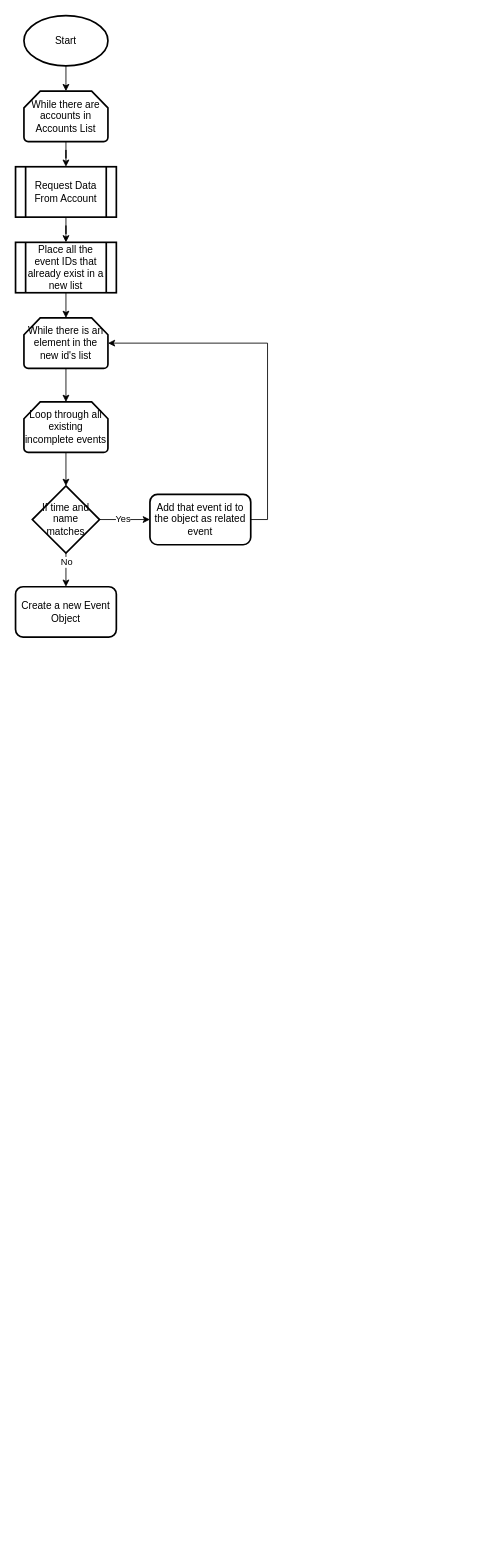
crypto-a/Calendarium keeps this draw.io diagram as calendarium_backend/SyncAlgorithm.drawio. Above is the earlier version. Source tidied: cells renumbered, new cells numbered last; positions are measured from the earlier drawing's top-left corner, leaving out a move shared by most shapes. Both pictures are drawn from the tidied source at 84%, with x=0, y=0 at pixel (15, 15).
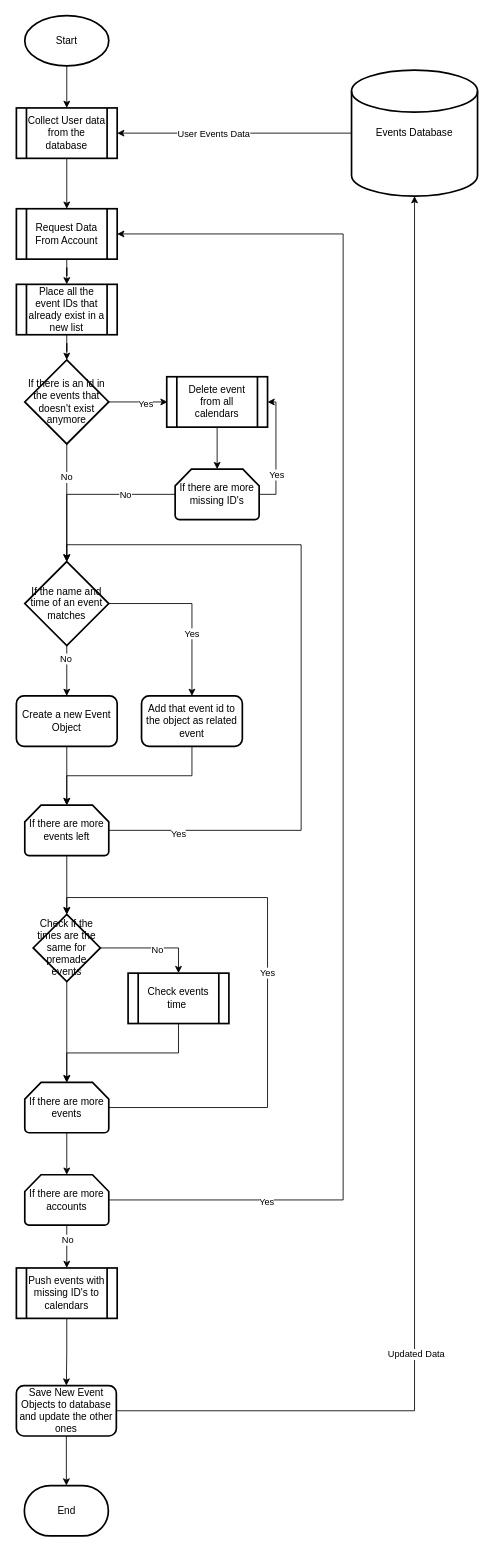
The same diagram, later.

What changed in the source:
```diff
@@
-    <mxCell id="2" style="edgeStyle=orthogonalEdgeStyle;rounded=0;jettySize=auto;html=1;" parent="1" edge="1" source="3" target="7">
-      <mxGeometry relative="1" as="geometry" />
-    </mxCell>
-    <mxCell id="3" value="While there are accounts in Accounts List" style="strokeWidth=2;html=1;shape=mxgraph.flowchart.loop_limit;whiteSpace=wrap;" parent="1" vertex="1">
-      <mxGeometry x="10" y="90" width="100" height="60" as="geometry" />
-    </mxCell>
-    <mxCell id="4" style="edgeStyle=orthogonalEdgeStyle;rounded=0;jettySize=auto;html=1;" parent="1" edge="1" source="5">
-      <mxGeometry relative="1" as="geometry">
-        <mxPoint x="60" y="90" as="targetPoint" />
-      </mxGeometry>
-    </mxCell>
+    <mxCell id="22" style="edgeStyle=orthogonalEdgeStyle;rounded=0;jettySize=auto;html=1;" parent="1" edge="1" source="5" target="64">
+      <mxGeometry relative="1" as="geometry" />
+    </mxCell>
     <mxCell id="5" value="Start" style="strokeWidth=2;html=1;shape=mxgraph.flowchart.start_1;whiteSpace=wrap;" parent="1" vertex="1">
-      <mxGeometry x="10" width="100" height="60" as="geometry" />
+      <mxGeometry x="11" width="100" height="60" as="geometry" />
     </mxCell>
@@
     <mxCell id="7" value="Request Data From Account" style="shape=process;whiteSpace=wrap;html=1;backgroundOutline=1;strokeWidth=2;" parent="1" vertex="1">
-      <mxGeometry y="180" width="120" height="60" as="geometry" />
+      <mxGeometry x="1" y="230" width="120" height="60" as="geometry" />
     </mxCell>
+    <mxCell id="23" style="edgeStyle=orthogonalEdgeStyle;rounded=0;jettySize=auto;html=1;" parent="1" edge="1" source="8" target="27">
+      <mxGeometry relative="1" as="geometry" />
+    </mxCell>
     <mxCell id="8" value="Place all the event IDs that already exist in a new list" style="shape=process;whiteSpace=wrap;html=1;backgroundOutline=1;strokeWidth=2;" parent="1" vertex="1">
-      <mxGeometry y="270" width="120" height="60" as="geometry" />
+      <mxGeometry x="1" y="320" width="120" height="60" as="geometry" />
     </mxCell>
-    <mxCell id="9" value="While there is an element in the new id's list" style="strokeWidth=2;html=1;shape=mxgraph.flowchart.loop_limit;whiteSpace=wrap;" parent="1" vertex="1">
-      <mxGeometry x="10" y="360" width="100" height="60" as="geometry" />
-    </mxCell>
-    <mxCell id="10" style="edgeStyle=orthogonalEdgeStyle;rounded=0;jettySize=auto;html=1;exitX=0.5;exitY=1;exitDx=0;exitDy=0;entryX=0.5;entryY=0;entryDx=0;entryDy=0;entryPerimeter=0;" parent="1" edge="1" source="8" target="9">
-      <mxGeometry relative="1" as="geometry" />
-    </mxCell>
-    <mxCell id="11" style="edgeStyle=orthogonalEdgeStyle;rounded=0;jettySize=auto;html=1;" parent="1" edge="1" source="12" target="18">
-      <mxGeometry relative="1" as="geometry" />
-    </mxCell>
-    <mxCell id="12" value="Loop through all existing incomplete events" style="strokeWidth=2;html=1;shape=mxgraph.flowchart.loop_limit;whiteSpace=wrap;" parent="1" vertex="1">
-      <mxGeometry x="10" y="460" width="100" height="60" as="geometry" />
-    </mxCell>
-    <mxCell id="13" style="edgeStyle=orthogonalEdgeStyle;rounded=0;jettySize=auto;html=1;exitX=0.5;exitY=1;exitDx=0;exitDy=0;exitPerimeter=0;entryX=0.5;entryY=0;entryDx=0;entryDy=0;entryPerimeter=0;" parent="1" edge="1" source="9" target="12">
-      <mxGeometry relative="1" as="geometry" />
-    </mxCell>
-    <mxCell id="14" style="edgeStyle=orthogonalEdgeStyle;rounded=0;jettySize=auto;html=1;" parent="1" edge="1" source="18" target="19">
-      <mxGeometry relative="1" as="geometry" />
-    </mxCell>
-    <mxCell id="15" value="Yes" style="edgeLabel;html=1;align=center;verticalAlign=middle;" parent="14" vertex="1">
-      <mxGeometry x="-0.11" y="1" relative="1" as="geometry" />
-    </mxCell>
-    <mxCell id="16" style="edgeStyle=orthogonalEdgeStyle;rounded=0;jettySize=auto;html=1;" parent="1" edge="1" source="18" target="21">
-      <mxGeometry relative="1" as="geometry" />
-    </mxCell>
-    <mxCell id="17" value="No" style="edgeLabel;html=1;align=center;verticalAlign=middle;" parent="16" vertex="1">
-      <mxGeometry x="-0.51" relative="1" as="geometry" />
-    </mxCell>
-    <mxCell id="18" value="If time and name matches" style="rhombus;whiteSpace=wrap;html=1;strokeWidth=2;" parent="1" vertex="1">
-      <mxGeometry x="20" y="560" width="80" height="80" as="geometry" />
-    </mxCell>
     <mxCell id="19" value="Add that event id to the object as related event" style="rounded=1;whiteSpace=wrap;html=1;strokeWidth=2;" parent="1" vertex="1">
-      <mxGeometry x="160" y="570" width="120" height="60" as="geometry" />
+      <mxGeometry x="150" y="810" width="120" height="60" as="geometry" />
     </mxCell>
-    <mxCell id="20" style="edgeStyle=orthogonalEdgeStyle;rounded=0;jettySize=auto;html=1;exitX=1;exitY=0.5;exitDx=0;exitDy=0;entryX=1;entryY=0.5;entryDx=0;entryDy=0;entryPerimeter=0;" parent="1" edge="1" source="19" target="9">
-      <mxGeometry relative="1" as="geometry" />
-    </mxCell>
     <mxCell id="21" value="Create a new Event Object" style="rounded=1;whiteSpace=wrap;html=1;strokeWidth=2;" parent="1" vertex="1">
-      <mxGeometry y="680" width="120" height="60" as="geometry" />
+      <mxGeometry x="1" y="810" width="120" height="60" as="geometry" />
     </mxCell>
+    <mxCell id="24" value="No" style="edgeStyle=orthogonalEdgeStyle;rounded=0;jettySize=auto;html=1;entryX=0.5;entryY=0;entryDx=0;entryDy=0;entryPerimeter=0;" parent="1" edge="1" source="27" target="39">
+      <mxGeometry x="-0.43" relative="1" as="geometry" />
+    </mxCell>
+    <mxCell id="25" style="edgeStyle=orthogonalEdgeStyle;rounded=0;jettySize=auto;html=1;" parent="1" edge="1" source="27">
+      <mxGeometry relative="1" as="geometry">
+        <mxPoint x="181" y="460" as="targetPoint" />
+      </mxGeometry>
+    </mxCell>
+    <mxCell id="26" value="Yes" style="edgeLabel;html=1;align=center;verticalAlign=middle;" parent="25" vertex="1">
+      <mxGeometry x="0.24" y="-2" relative="1" as="geometry" />
+    </mxCell>
+    <mxCell id="27" value="If there is an id in the events that doesn't exist anymore" style="strokeWidth=2;html=1;shape=mxgraph.flowchart.decision;whiteSpace=wrap;" parent="1" vertex="1">
+      <mxGeometry x="11" y="410" width="100" height="100" as="geometry" />
+    </mxCell>
+    <mxCell id="28" style="edgeStyle=orthogonalEdgeStyle;rounded=0;jettySize=auto;html=1;" parent="1" edge="1" source="29" target="34">
+      <mxGeometry relative="1" as="geometry" />
+    </mxCell>
+    <mxCell id="29" value="Delete event from all calendars" style="shape=process;whiteSpace=wrap;html=1;backgroundOutline=1;strokeWidth=2;" parent="1" vertex="1">
+      <mxGeometry x="180" y="430" width="120" height="60" as="geometry" />
+    </mxCell>
+    <mxCell id="30" style="edgeStyle=orthogonalEdgeStyle;rounded=0;jettySize=auto;html=1;entryX=1;entryY=0.5;entryDx=0;entryDy=0;exitX=1;exitY=0.5;exitDx=0;exitDy=0;exitPerimeter=0;" parent="1" edge="1" source="34" target="29">
+      <mxGeometry relative="1" as="geometry" />
+    </mxCell>
+    <mxCell id="31" value="Yes" style="edgeLabel;html=1;align=center;verticalAlign=middle;" parent="30" vertex="1">
+      <mxGeometry x="-0.37" relative="1" as="geometry" />
+    </mxCell>
+    <mxCell id="32" style="edgeStyle=orthogonalEdgeStyle;rounded=0;jettySize=auto;html=1;exitX=0;exitY=0.5;exitDx=0;exitDy=0;exitPerimeter=0;entryX=0.5;entryY=0;entryDx=0;entryDy=0;entryPerimeter=0;" parent="1" edge="1" source="34" target="39">
+      <mxGeometry relative="1" as="geometry" />
+    </mxCell>
+    <mxCell id="33" value="No" style="edgeLabel;html=1;align=center;verticalAlign=middle;" parent="32" vertex="1">
+      <mxGeometry x="-0.43" relative="1" as="geometry" />
+    </mxCell>
+    <mxCell id="34" value="If there are more missing ID's" style="strokeWidth=2;html=1;shape=mxgraph.flowchart.loop_limit;whiteSpace=wrap;" parent="1" vertex="1">
+      <mxGeometry x="190" y="540" width="100" height="60" as="geometry" />
+    </mxCell>
+    <mxCell id="35" style="edgeStyle=orthogonalEdgeStyle;rounded=0;jettySize=auto;html=1;exitX=1;exitY=0.5;exitDx=0;exitDy=0;exitPerimeter=0;entryX=0.5;entryY=0;entryDx=0;entryDy=0;" parent="1" edge="1" source="39" target="19">
+      <mxGeometry relative="1" as="geometry" />
+    </mxCell>
+    <mxCell id="36" value="Yes" style="edgeLabel;html=1;align=center;verticalAlign=middle;" parent="35" vertex="1">
+      <mxGeometry x="0.28" y="-1" relative="1" as="geometry" />
+    </mxCell>
+    <mxCell id="37" style="edgeStyle=orthogonalEdgeStyle;rounded=0;jettySize=auto;html=1;exitX=0.5;exitY=1;exitDx=0;exitDy=0;exitPerimeter=0;" parent="1" edge="1" source="39" target="21">
+      <mxGeometry relative="1" as="geometry" />
+    </mxCell>
+    <mxCell id="38" value="No" style="edgeLabel;html=1;align=center;verticalAlign=middle;" parent="37" vertex="1">
+      <mxGeometry x="-0.51" y="-2" relative="1" as="geometry" />
+    </mxCell>
+    <mxCell id="39" value="If the name and time of an event matches" style="strokeWidth=2;html=1;shape=mxgraph.flowchart.decision;whiteSpace=wrap;" parent="1" vertex="1">
+      <mxGeometry x="11" y="650" width="100" height="100" as="geometry" />
+    </mxCell>
+    <mxCell id="40" style="edgeStyle=orthogonalEdgeStyle;rounded=0;jettySize=auto;html=1;" parent="1" edge="1" source="41" target="48">
+      <mxGeometry relative="1" as="geometry" />
+    </mxCell>
+    <mxCell id="41" value="If there are more events left" style="strokeWidth=2;html=1;shape=mxgraph.flowchart.loop_limit;whiteSpace=wrap;" parent="1" vertex="1">
+      <mxGeometry x="11" y="940" width="100" height="60" as="geometry" />
+    </mxCell>
+    <mxCell id="42" style="edgeStyle=orthogonalEdgeStyle;rounded=0;jettySize=auto;html=1;exitX=0.5;exitY=1;exitDx=0;exitDy=0;entryX=0.5;entryY=0;entryDx=0;entryDy=0;entryPerimeter=0;" parent="1" edge="1" source="21" target="41">
+      <mxGeometry relative="1" as="geometry" />
+    </mxCell>
+    <mxCell id="43" style="edgeStyle=orthogonalEdgeStyle;rounded=0;jettySize=auto;html=1;exitX=0.5;exitY=1;exitDx=0;exitDy=0;entryX=0.5;entryY=0;entryDx=0;entryDy=0;entryPerimeter=0;" parent="1" edge="1" source="19" target="41">
+      <mxGeometry relative="1" as="geometry" />
+    </mxCell>
+    <mxCell id="44" style="edgeStyle=orthogonalEdgeStyle;rounded=0;jettySize=auto;html=1;exitX=1;exitY=0.5;exitDx=0;exitDy=0;exitPerimeter=0;entryX=0.5;entryY=0;entryDx=0;entryDy=0;entryPerimeter=0;" parent="1" edge="1" source="41" target="39">
+      <mxGeometry relative="1" as="geometry">
+        <Array as="points">
+          <mxPoint x="340" y="970" />
+          <mxPoint x="340" y="630" />
+          <mxPoint x="61" y="630" />
+        </Array>
+      </mxGeometry>
+    </mxCell>
+    <mxCell id="45" value="Yes" style="edgeLabel;html=1;align=center;verticalAlign=middle;" parent="44" vertex="1">
+      <mxGeometry x="-0.81" y="-3" relative="1" as="geometry" />
+    </mxCell>
+    <mxCell id="46" style="edgeStyle=orthogonalEdgeStyle;rounded=0;jettySize=auto;html=1;" parent="1" edge="1" source="48" target="49">
+      <mxGeometry relative="1" as="geometry">
+        <Array as="points">
+          <mxPoint x="194" y="1110" />
+        </Array>
+      </mxGeometry>
+    </mxCell>
+    <mxCell id="47" value="No" style="edgeLabel;html=1;align=center;verticalAlign=middle;" parent="46" vertex="1">
+      <mxGeometry x="0.09" y="-2" relative="1" as="geometry" />
+    </mxCell>
+    <mxCell id="48" value="Check if the times are the same for premade events" style="rhombus;whiteSpace=wrap;html=1;strokeWidth=2;" parent="1" vertex="1">
+      <mxGeometry x="21" y="1070" width="80" height="80" as="geometry" />
+    </mxCell>
+    <mxCell id="49" value="Check events time&amp;nbsp;" style="shape=process;whiteSpace=wrap;html=1;backgroundOutline=1;strokeWidth=2;" parent="1" vertex="1">
+      <mxGeometry x="134" y="1140" width="120" height="60" as="geometry" />
+    </mxCell>
+    <mxCell id="50" value="Yes" style="edgeStyle=orthogonalEdgeStyle;rounded=0;jettySize=auto;html=1;exitX=1;exitY=0.5;exitDx=0;exitDy=0;exitPerimeter=0;entryX=0.5;entryY=0;entryDx=0;entryDy=0;" parent="1" edge="1" source="51" target="48">
+      <mxGeometry relative="1" as="geometry">
+        <Array as="points">
+          <mxPoint x="300" y="1300" />
+          <mxPoint x="300" y="1050" />
+          <mxPoint x="61" y="1050" />
+        </Array>
+      </mxGeometry>
+    </mxCell>
+    <mxCell id="51" value="If there are more events" style="strokeWidth=2;html=1;shape=mxgraph.flowchart.loop_limit;whiteSpace=wrap;" parent="1" vertex="1">
+      <mxGeometry x="11" y="1270" width="100" height="60" as="geometry" />
+    </mxCell>
+    <mxCell id="52" style="edgeStyle=orthogonalEdgeStyle;rounded=0;jettySize=auto;html=1;exitX=0.5;exitY=1;exitDx=0;exitDy=0;entryX=0.5;entryY=0;entryDx=0;entryDy=0;entryPerimeter=0;" parent="1" edge="1" source="49" target="51">
+      <mxGeometry relative="1" as="geometry" />
+    </mxCell>
+    <mxCell id="53" style="edgeStyle=orthogonalEdgeStyle;rounded=0;jettySize=auto;html=1;exitX=0.5;exitY=1;exitDx=0;exitDy=0;entryX=0.5;entryY=0;entryDx=0;entryDy=0;entryPerimeter=0;" parent="1" edge="1" source="48" target="51">
+      <mxGeometry relative="1" as="geometry" />
+    </mxCell>
+    <mxCell id="54" style="edgeStyle=orthogonalEdgeStyle;rounded=0;jettySize=auto;html=1;" parent="1" edge="1" source="55" target="57">
+      <mxGeometry relative="1" as="geometry" />
+    </mxCell>
+    <mxCell id="55" value="Push events with missing ID's to calendars" style="shape=process;whiteSpace=wrap;html=1;backgroundOutline=1;strokeWidth=2;" parent="1" vertex="1">
+      <mxGeometry x="1" y="1491" width="120" height="60" as="geometry" />
+    </mxCell>
+    <mxCell id="56" style="edgeStyle=orthogonalEdgeStyle;rounded=0;jettySize=auto;html=1;" parent="1" edge="1" source="57" target="71">
+      <mxGeometry relative="1" as="geometry" />
+    </mxCell>
+    <mxCell id="57" value="Save New Event Objects to database and update the other ones" style="rounded=1;whiteSpace=wrap;html=1;strokeWidth=2;" parent="1" vertex="1">
+      <mxGeometry x="1" y="1631" width="119" height="60" as="geometry" />
+    </mxCell>
+    <mxCell id="58" style="edgeStyle=orthogonalEdgeStyle;rounded=0;jettySize=auto;html=1;exitX=0;exitY=0.5;exitDx=0;exitDy=0;exitPerimeter=0;entryX=1;entryY=0.5;entryDx=0;entryDy=0;" parent="1" edge="1" source="60" target="64">
+      <mxGeometry relative="1" as="geometry" />
+    </mxCell>
+    <mxCell id="59" value="User Events Data" style="edgeLabel;html=1;align=center;verticalAlign=middle;" parent="58" vertex="1">
+      <mxGeometry x="0.18" relative="1" as="geometry" />
+    </mxCell>
+    <mxCell id="60" value="Events Database" style="strokeWidth=2;html=1;shape=mxgraph.flowchart.database;whiteSpace=wrap;" parent="1" vertex="1">
+      <mxGeometry x="400" y="65" width="150" height="150" as="geometry" />
+    </mxCell>
+    <mxCell id="61" style="edgeStyle=orthogonalEdgeStyle;rounded=0;jettySize=auto;html=1;exitX=1;exitY=0.5;exitDx=0;exitDy=0;entryX=0.5;entryY=1;entryDx=0;entryDy=0;entryPerimeter=0;" parent="1" edge="1" source="57" target="60">
+      <mxGeometry relative="1" as="geometry" />
+    </mxCell>
+    <mxCell id="62" value="Updated Data" style="edgeLabel;html=1;align=center;verticalAlign=middle;" parent="61" vertex="1">
+      <mxGeometry x="-0.53" y="-1" relative="1" as="geometry" />
+    </mxCell>
+    <mxCell id="63" style="edgeStyle=orthogonalEdgeStyle;rounded=0;jettySize=auto;html=1;exitX=0.5;exitY=1;exitDx=0;exitDy=0;entryX=0.5;entryY=0;entryDx=0;entryDy=0;" parent="1" edge="1" source="64" target="7">
+      <mxGeometry relative="1" as="geometry" />
+    </mxCell>
+    <mxCell id="64" value="Collect User data from the database" style="shape=process;whiteSpace=wrap;html=1;backgroundOutline=1;strokeWidth=2;" parent="1" vertex="1">
+      <mxGeometry x="1" y="110" width="120" height="60" as="geometry" />
+    </mxCell>
+    <mxCell id="65" style="edgeStyle=orthogonalEdgeStyle;rounded=0;jettySize=auto;html=1;exitX=1;exitY=0.5;exitDx=0;exitDy=0;exitPerimeter=0;entryX=1;entryY=0.5;entryDx=0;entryDy=0;" parent="1" edge="1" source="69" target="7">
+      <mxGeometry relative="1" as="geometry">
+        <Array as="points">
+          <mxPoint x="390" y="1410" />
+          <mxPoint x="390" y="260" />
+        </Array>
+      </mxGeometry>
+    </mxCell>
+    <mxCell id="66" value="Yes" style="edgeLabel;html=1;align=center;verticalAlign=middle;" parent="65" vertex="1">
+      <mxGeometry x="-0.78" y="-2" relative="1" as="geometry" />
+    </mxCell>
+    <mxCell id="67" style="edgeStyle=orthogonalEdgeStyle;rounded=0;jettySize=auto;html=1;entryX=0.5;entryY=0;entryDx=0;entryDy=0;" parent="1" edge="1" source="69" target="55">
+      <mxGeometry relative="1" as="geometry" />
+    </mxCell>
+    <mxCell id="68" value="No" style="edgeLabel;html=1;align=center;verticalAlign=middle;" parent="67" vertex="1">
+      <mxGeometry x="-0.33" relative="1" as="geometry" />
+    </mxCell>
+    <mxCell id="69" value="If there are more accounts" style="strokeWidth=2;html=1;shape=mxgraph.flowchart.loop_limit;whiteSpace=wrap;" parent="1" vertex="1">
+      <mxGeometry x="11" y="1380" width="100" height="60" as="geometry" />
+    </mxCell>
+    <mxCell id="70" style="edgeStyle=orthogonalEdgeStyle;rounded=0;jettySize=auto;html=1;exitX=0.5;exitY=1;exitDx=0;exitDy=0;exitPerimeter=0;entryX=0.5;entryY=0;entryDx=0;entryDy=0;entryPerimeter=0;" parent="1" edge="1" source="51" target="69">
+      <mxGeometry relative="1" as="geometry" />
+    </mxCell>
+    <mxCell id="71" value="End" style="strokeWidth=2;html=1;shape=mxgraph.flowchart.terminator;whiteSpace=wrap;" parent="1" vertex="1">
+      <mxGeometry x="10.5" y="1750" width="100" height="60" as="geometry" />
+    </mxCell>
```
